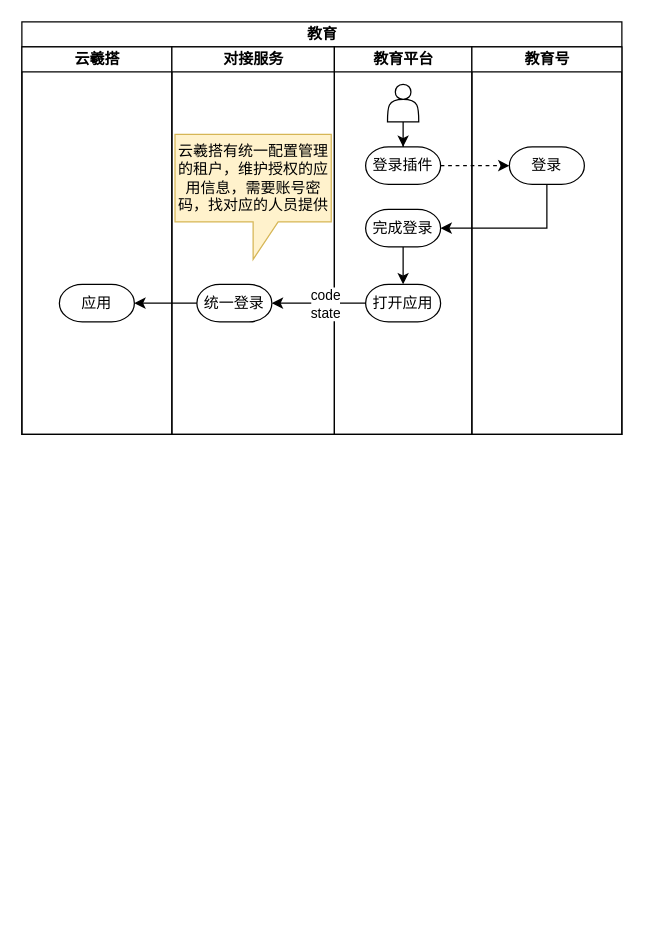
Above: 教育整理架构图.drawio in liangdengming/diagrams (draw.io), before the change. Source tidied: cells renumbered, new cells numbered last; positions are measured from the earlier drawing's top-left corner, leaving out a move shared by most shapes. Both pictures are drawn from the tidied source at 125%, with x=0, y=0 at pixel (21, 21).
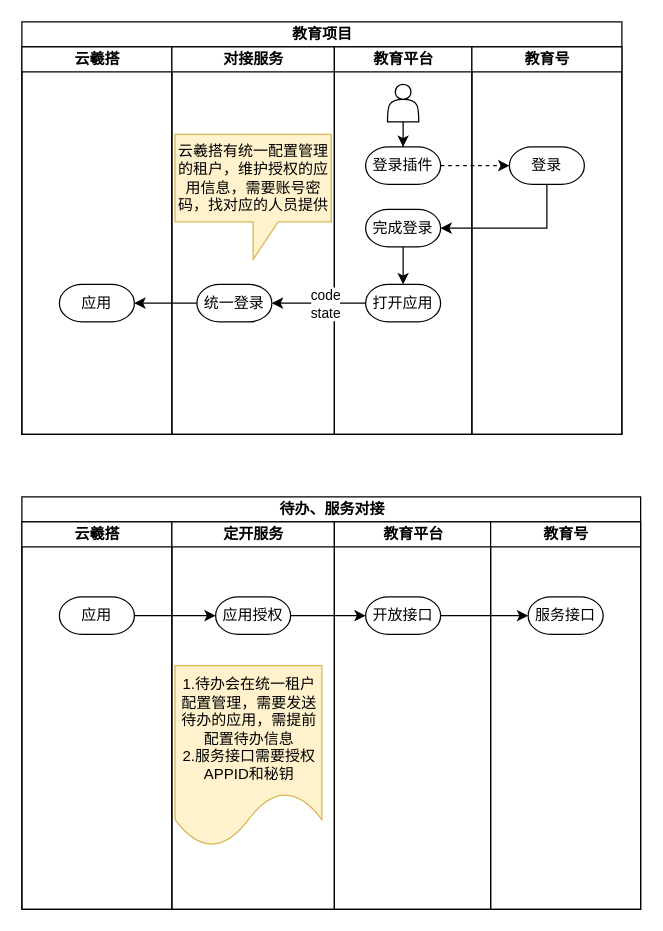
The same diagram, later.

Commit message (it also covers changes not shown here):
更新教育整理架构图.drawio

Diff of the diagram source:
```diff
@@
-    <mxCell id="2" value="教育" style="swimlane;startSize=20;html=1;" parent="1" vertex="1">
+    <mxCell id="2" value="教育项目" style="swimlane;startSize=20;html=1;" parent="1" vertex="1">
       <mxGeometry width="480" height="330" as="geometry" />
     </mxCell>
@@
+    <mxCell id="22" value="待办、服务对接" style="swimlane;startSize=20;html=1;" parent="1" vertex="1">
+      <mxGeometry y="380" width="495" height="330" as="geometry" />
+    </mxCell>
+    <mxCell id="23" value="云羲搭" style="swimlane;startSize=20;html=1;" parent="22" vertex="1">
+      <mxGeometry y="20" width="120" height="310" as="geometry" />
+    </mxCell>
+    <mxCell id="24" value="应用" style="strokeWidth=1;html=1;shape=mxgraph.flowchart.terminator;whiteSpace=wrap;" parent="23" vertex="1">
+      <mxGeometry x="30" y="60" width="60" height="30" as="geometry" />
+    </mxCell>
+    <mxCell id="25" value="定开服务" style="swimlane;startSize=20;html=1;" parent="22" vertex="1">
+      <mxGeometry x="120" y="20" width="130" height="310" as="geometry" />
+    </mxCell>
+    <mxCell id="26" value="应用授权" style="strokeWidth=1;html=1;shape=mxgraph.flowchart.terminator;whiteSpace=wrap;" parent="25" vertex="1">
+      <mxGeometry x="35" y="60" width="60" height="30" as="geometry" />
+    </mxCell>
+    <mxCell id="27" value="1.待办会在统一租户配置管理，需要发送待办的应用，需提前配置待办信息&lt;br&gt;2.服务接口需要授权APPID和秘钥" style="shape=document;whiteSpace=wrap;html=1;boundedLbl=1;fillColor=#fff2cc;strokeColor=#d6b656;" parent="25" vertex="1">
+      <mxGeometry x="2.5" y="115" width="117.5" height="145" as="geometry" />
+    </mxCell>
+    <mxCell id="28" value="教育平台" style="swimlane;startSize=20;html=1;" parent="22" vertex="1">
+      <mxGeometry x="250" y="20" width="125" height="310" as="geometry" />
+    </mxCell>
+    <mxCell id="29" value="开放接口" style="strokeWidth=1;html=1;shape=mxgraph.flowchart.terminator;whiteSpace=wrap;" parent="28" vertex="1">
+      <mxGeometry x="25" y="60" width="60" height="30" as="geometry" />
+    </mxCell>
+    <mxCell id="30" value="教育号" style="swimlane;startSize=20;html=1;" parent="22" vertex="1">
+      <mxGeometry x="375" y="20" width="120" height="310" as="geometry" />
+    </mxCell>
+    <mxCell id="31" value="服务接口" style="strokeWidth=1;html=1;shape=mxgraph.flowchart.terminator;whiteSpace=wrap;" parent="30" vertex="1">
+      <mxGeometry x="30" y="60" width="60" height="30" as="geometry" />
+    </mxCell>
+    <mxCell id="32" style="edgeStyle=orthogonalEdgeStyle;rounded=0;jettySize=auto;html=1;" parent="22" edge="1" source="24" target="26">
+      <mxGeometry relative="1" as="geometry" />
+    </mxCell>
+    <mxCell id="33" style="edgeStyle=orthogonalEdgeStyle;rounded=0;jettySize=auto;html=1;" parent="22" edge="1" source="26" target="29">
+      <mxGeometry relative="1" as="geometry" />
+    </mxCell>
+    <mxCell id="34" style="edgeStyle=orthogonalEdgeStyle;rounded=0;jettySize=auto;html=1;" parent="22" edge="1" source="29" target="31">
+      <mxGeometry relative="1" as="geometry" />
+    </mxCell>
```
